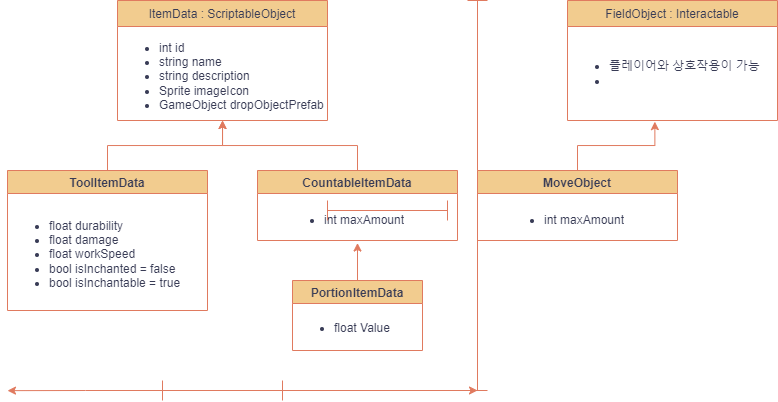
Before: 제목 없는 다이어그램.drawio.png, a diagram exported from draw.io (hae-seung/ddolking). Source tidied: cells renumbered, new cells last; positions are measured from the earlier drawing's top-left corner, leaving out a move shared by most shapes.
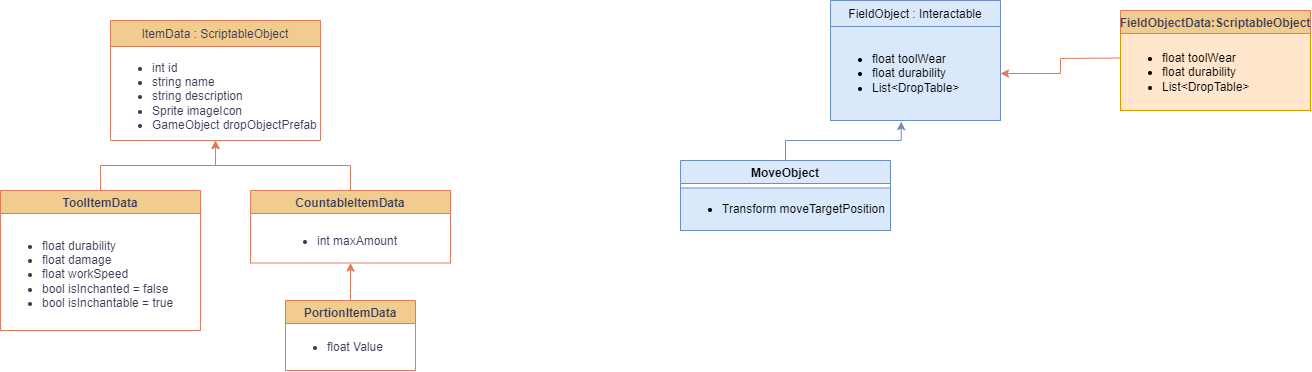
After the commit.

Commit message:
제목 없는 다이어그램.drawio.png 업데이트

Change to the diagram source:
```diff
@@ -12,10 +12,10 @@
       <mxGeometry relative="1" as="geometry" />
     </mxCell>
     <mxCell id="5" value="CountableItemData" style="swimlane;strokeColor=#E07A5F;fontColor=#393C56;fillColor=#F2CC8F;" parent="1" vertex="1">
-      <mxGeometry x="250" y="170" width="200" height="70" as="geometry" />
+      <mxGeometry x="250" y="170" width="200" height="72.5" as="geometry" />
     </mxCell>
     <mxCell id="6" value="&lt;ul&gt;&lt;li&gt;int maxAmount&lt;/li&gt;&lt;/ul&gt;" style="text;strokeColor=none;fillColor=none;html=1;whiteSpace=wrap;verticalAlign=middle;overflow=hidden;fontColor=#393C56;" parent="5" vertex="1">
-      <mxGeometry x="25" y="27.5" width="150" height="45" as="geometry" />
+      <mxGeometry x="25" y="30" width="150" height="42.5" as="geometry" />
     </mxCell>
     <mxCell id="7" style="edgeStyle=orthogonalEdgeStyle;rounded=0;jettySize=auto;html=1;strokeColor=#E07A5F;fontColor=#393C56;fillColor=#F2CC8F;" parent="1" edge="1" source="8" target="3">
       <mxGeometry relative="1" as="geometry" />
@@ -35,41 +35,34 @@
     <mxCell id="12" value="&lt;ul&gt;&lt;li&gt;float Value&lt;/li&gt;&lt;/ul&gt;" style="text;strokeColor=none;fillColor=none;html=1;whiteSpace=wrap;verticalAlign=middle;overflow=hidden;fontColor=#393C56;" parent="11" vertex="1">
       <mxGeometry y="25" width="130" height="45" as="geometry" />
     </mxCell>
-    <mxCell id="13" style="shape=crossbar;whiteSpace=wrap;html=1;rounded=1;direction=south;strokeColor=#E07A5F;fontColor=#393C56;fillColor=#F2CC8F;" parent="1" vertex="1">
-      <mxGeometry x="460" width="20" height="390" as="geometry" />
-    </mxCell>
     <mxCell id="14" style="shape=crossbar;whiteSpace=wrap;html=1;rounded=1;strokeColor=#E07A5F;fontColor=#393C56;fillColor=#F2CC8F;" parent="1" vertex="1">
-      <mxGeometry x="320" y="200" width="120" height="20" as="geometry" />
+      <mxGeometry x="440" y="220" as="geometry" />
     </mxCell>
-    <mxCell id="15" style="edgeStyle=orthogonalEdgeStyle;rounded=0;jettySize=auto;html=1;exitX=0;exitY=0.5;exitDx=0;exitDy=0;exitPerimeter=0;strokeColor=#E07A5F;fontColor=#393C56;fillColor=#F2CC8F;" parent="1" edge="1" source="16">
-      <mxGeometry relative="1" as="geometry">
-        <mxPoint y="390.1" as="targetPoint" />
-      </mxGeometry>
-    </mxCell>
-    <mxCell id="16" style="shape=crossbar;whiteSpace=wrap;html=1;rounded=1;strokeColor=#E07A5F;fontColor=#393C56;fillColor=#F2CC8F;" parent="1" vertex="1">
-      <mxGeometry x="155" y="380" width="120" height="20" as="geometry" />
-    </mxCell>
-    <mxCell id="17" style="edgeStyle=orthogonalEdgeStyle;rounded=0;jettySize=auto;html=1;entryX=1;entryY=0.5;entryDx=0;entryDy=0;entryPerimeter=0;strokeColor=#E07A5F;fontColor=#393C56;fillColor=#F2CC8F;" parent="1" edge="1" source="16" target="13">
-      <mxGeometry relative="1" as="geometry">
-        <Array as="points">
-          <mxPoint x="470" y="390" />
-        </Array>
-      </mxGeometry>
-    </mxCell>
-    <mxCell id="18" value="FieldObject : Interactable" style="swimlane;fontStyle=0;align=center;verticalAlign=top;horizontal=1;startSize=26;rounded=0;shadow=0;strokeWidth=1;labelBackgroundColor=none;fillColor=#F2CC8F;strokeColor=#E07A5F;fontColor=#393C56;" parent="1" vertex="1">
-      <mxGeometry x="560" width="210" height="120" as="geometry" />
+    <mxCell id="18" value="FieldObject : Interactable" style="swimlane;fontStyle=0;align=center;verticalAlign=top;horizontal=1;startSize=26;rounded=0;shadow=0;strokeWidth=1;labelBackgroundColor=none;fillColor=#dae8fc;strokeColor=#6c8ebf;" parent="1" vertex="1">
+      <mxGeometry x="830" y="-20" width="170" height="120" as="geometry" />
     </mxCell>
-    <mxCell id="19" value="&lt;ul&gt;&lt;li&gt;플레이어와 상호작용이 가능&lt;/li&gt;&lt;li&gt;&lt;br&gt;&lt;/li&gt;&lt;/ul&gt;" style="text;strokeColor=none;fillColor=none;html=1;whiteSpace=wrap;verticalAlign=middle;overflow=hidden;fontColor=#393C56;" parent="18" vertex="1">
-      <mxGeometry y="26" width="210" height="94" as="geometry" />
+    <mxCell id="19" value="&lt;ul&gt;&lt;li&gt;float toolWear&lt;/li&gt;&lt;li&gt;float durability&lt;/li&gt;&lt;li&gt;List&amp;lt;DropTable&amp;gt;&lt;/li&gt;&lt;/ul&gt;" style="text;strokeColor=#6c8ebf;fillColor=#dae8fc;html=1;whiteSpace=wrap;verticalAlign=middle;overflow=hidden;" parent="18" vertex="1">
+      <mxGeometry y="26" width="170" height="94" as="geometry" />
     </mxCell>
-    <mxCell id="20" value="MoveObject" style="swimlane;strokeColor=#E07A5F;fontColor=#393C56;fillColor=#F2CC8F;" parent="1" vertex="1">
-      <mxGeometry x="470" y="170" width="200" height="70" as="geometry" />
+    <mxCell id="20" value="MoveObject" style="swimlane;strokeColor=#6c8ebf;fillColor=#dae8fc;" parent="1" vertex="1">
+      <mxGeometry x="680" y="140" width="210" height="70" as="geometry" />
     </mxCell>
-    <mxCell id="21" value="&lt;ul&gt;&lt;li&gt;int maxAmount&lt;/li&gt;&lt;/ul&gt;" style="text;strokeColor=none;fillColor=none;html=1;whiteSpace=wrap;verticalAlign=middle;overflow=hidden;fontColor=#393C56;" parent="20" vertex="1">
-      <mxGeometry x="25" y="27.5" width="150" height="45" as="geometry" />
+    <mxCell id="21" value="&lt;ul&gt;&lt;li&gt;Transform moveTargetPosition&lt;/li&gt;&lt;/ul&gt;" style="text;strokeColor=#6c8ebf;fillColor=#dae8fc;html=1;whiteSpace=wrap;verticalAlign=middle;overflow=hidden;" parent="20" vertex="1">
+      <mxGeometry y="27.5" width="210" height="42.5" as="geometry" />
     </mxCell>
-    <mxCell id="22" style="edgeStyle=orthogonalEdgeStyle;rounded=0;jettySize=auto;html=1;entryX=0.416;entryY=1.012;entryDx=0;entryDy=0;entryPerimeter=0;strokeColor=#E07A5F;fontColor=#393C56;fillColor=#F2CC8F;" parent="1" edge="1" source="20" target="19">
+    <mxCell id="22" style="edgeStyle=orthogonalEdgeStyle;rounded=0;jettySize=auto;html=1;entryX=0.416;entryY=1.012;entryDx=0;entryDy=0;entryPerimeter=0;strokeColor=#6c8ebf;fontColor=#393C56;fillColor=#dae8fc;" parent="1" edge="1" source="20" target="19">
       <mxGeometry relative="1" as="geometry" />
     </mxCell>
+    <mxCell id="23" value="FieldObjectData:ScriptableObject" style="swimlane;strokeColor=#E07A5F;fontColor=#393C56;fillColor=#F2CC8F;" parent="1" vertex="1">
+      <mxGeometry x="1120" y="-10" width="190" height="100" as="geometry" />
+    </mxCell>
+    <mxCell id="24" style="edgeStyle=orthogonalEdgeStyle;rounded=0;jettySize=auto;html=1;strokeColor=#E07A5F;fontColor=#393C56;fillColor=#F2CC8F;entryX=1;entryY=0.5;entryDx=0;entryDy=0;" parent="23" edge="1" target="19">
+      <mxGeometry relative="1" as="geometry">
+        <mxPoint y="47.5" as="sourcePoint" />
+      </mxGeometry>
+    </mxCell>
+    <mxCell id="25" value="&lt;ul&gt;&lt;li&gt;float toolWear&lt;/li&gt;&lt;li&gt;float durability&lt;/li&gt;&lt;li&gt;List&amp;lt;DropTable&amp;gt;&lt;/li&gt;&lt;/ul&gt;" style="text;strokeColor=#d79b00;fillColor=#ffe6cc;html=1;whiteSpace=wrap;verticalAlign=middle;overflow=hidden;" parent="23" vertex="1">
+      <mxGeometry y="23" width="190" height="77" as="geometry" />
+    </mxCell>
   </root>
 </mxGraphModel>
```
